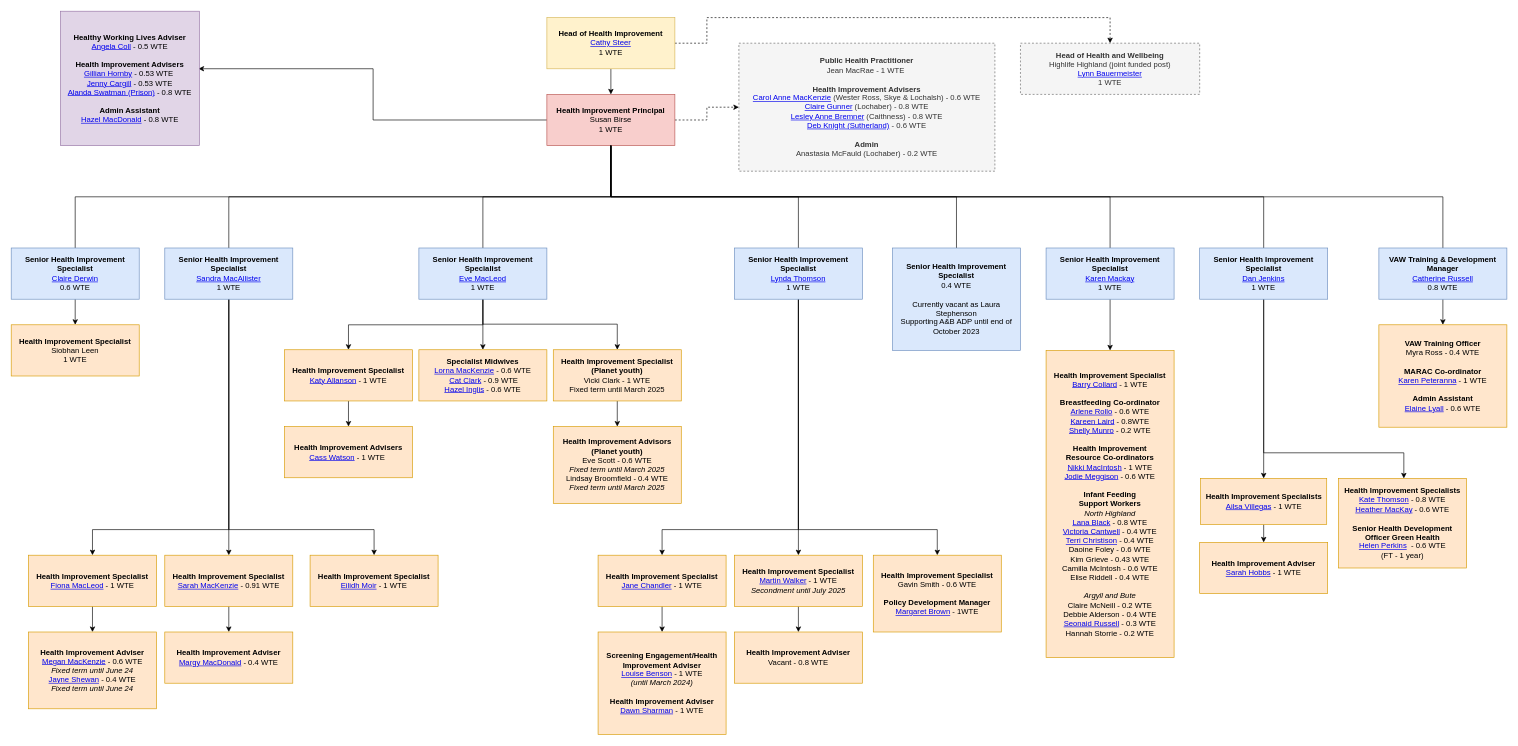
This is Untitled Diagram.drawio from barrycollard/staffOrgChart, a draw.io file, before an edit. Source tidied: cells renumbered, new cells numbered last; positions are measured from the earlier drawing's top-left corner, leaving out a move shared by most shapes. Both pictures are drawn from the tidied source at 64%, with x=0, y=0 at pixel (11, 11).
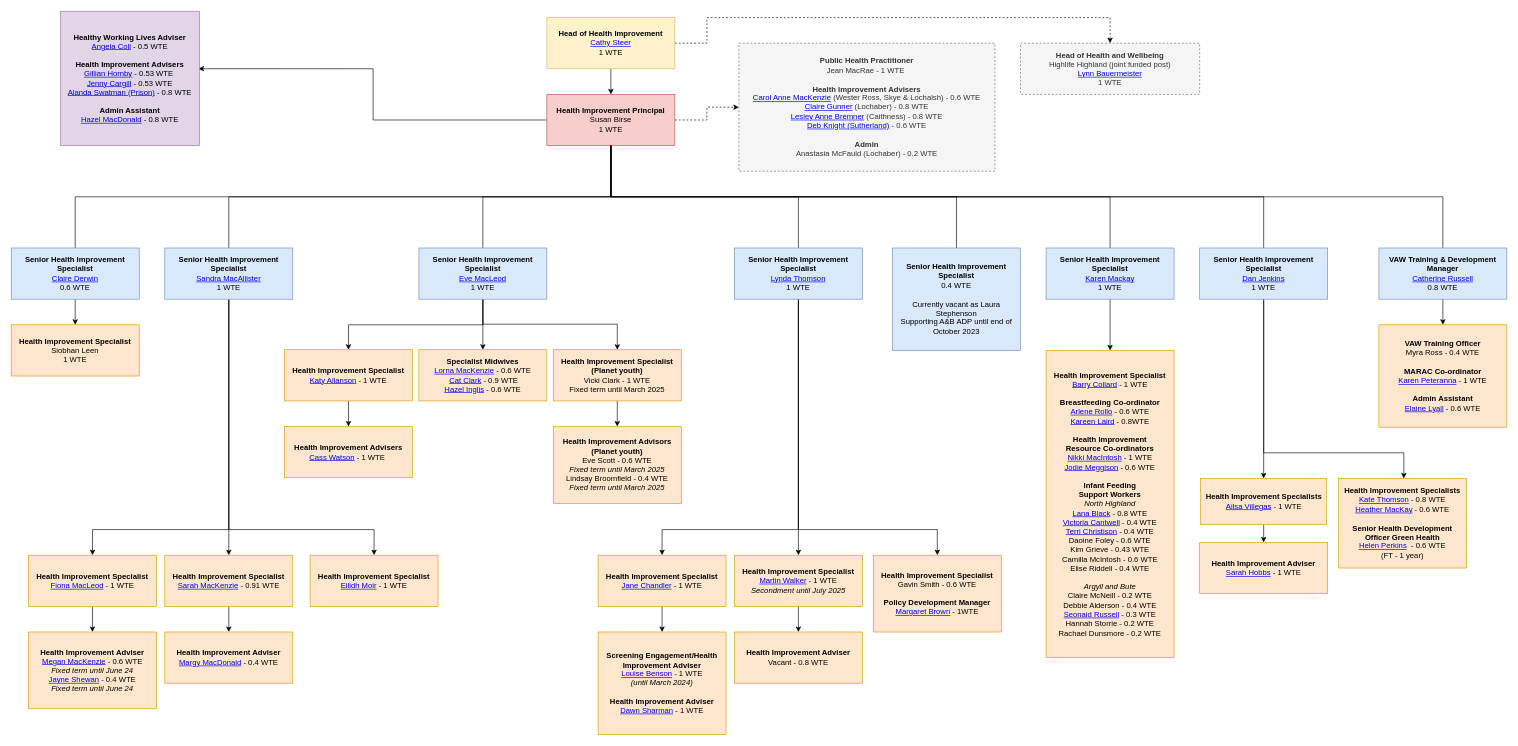
The same page after the edit.

What changed in the source:
```diff
@@
-    <mxCell id="39" value="&lt;div&gt;&lt;b&gt;Health Improvement Specialist&lt;/b&gt;&lt;/div&gt;&lt;div&gt;&lt;a href=&quot;https://nhshighland.publichealth.scot.nhs.uk/staff/barry-collard/&quot;&gt;Barry Collard&lt;/a&gt; - 1 WTE&lt;/div&gt;&lt;div&gt;&lt;b&gt;&lt;br&gt;&lt;/b&gt;&lt;/div&gt;&lt;div&gt;&lt;b&gt;Breastfeeding Co-ordinator&lt;/b&gt;&lt;/div&gt;&lt;div&gt;&lt;a href=&quot;https://nhshighland.publichealth.scot.nhs.uk/staff/arlene-rollo/&quot;&gt;Arlene Rollo&lt;/a&gt; - 0.6 WTE&lt;/div&gt;&lt;div&gt;&lt;div&gt;&lt;a href=&quot;https://nhshighland.publichealth.scot.nhs.uk/staff/kareen-laird/&quot;&gt;Kareen Laird&lt;/a&gt; - 0.8WTE&lt;/div&gt;&lt;div&gt;&lt;a href=&quot;https://nhshighland.publichealth.scot.nhs.uk/staff/shelly-munro/&quot;&gt;Shelly Munro&lt;/a&gt; - 0.2 WTE&lt;/div&gt;&lt;/div&gt;&lt;div&gt;&lt;b&gt;&lt;br&gt;&lt;/b&gt;&lt;/div&gt;&lt;b&gt;Health Improvement &lt;br&gt;Resource Co-ordinators&lt;/b&gt;&lt;br&gt;&lt;div&gt;&lt;a href=&quot;https://nhshighland.publichealth.scot.nhs.uk/staff/nicola-mcintosh-2/&quot;&gt;Nikki MacIntosh&lt;/a&gt; - 1 WTE&lt;/div&gt;&lt;div&gt;&lt;a href=&quot;https://nhshighland.publichealth.scot.nhs.uk/staff/jodie-meggison/&quot;&gt;Jodie Meggison&lt;/a&gt; - 0.6 WTE&lt;/div&gt;&lt;div&gt;&lt;b&gt;&lt;br&gt;&lt;/b&gt;&lt;/div&gt;&lt;div&gt;&lt;b&gt;Infant Feeding&lt;br&gt;Support Workers&lt;/b&gt;&lt;/div&gt;&lt;div&gt;&lt;div style=&quot;&quot;&gt;&lt;i&gt;North Highland&lt;/i&gt;&lt;/div&gt;&lt;div style=&quot;&quot;&gt;&lt;a href=&quot;https://nhshighland.publichealth.scot.nhs.uk/staff/lana-black/&quot;&gt;Lana Black&lt;/a&gt; - 0.8 WTE&lt;/div&gt;&lt;div style=&quot;&quot;&gt;&lt;a href=&quot;https://nhshighland.publichealth.scot.nhs.uk/staff/victoria-cantwell/&quot;&gt;Victoria Cantwell&lt;/a&gt; - 0.4 WTE&lt;/div&gt;&lt;div style=&quot;&quot;&gt;&lt;a href=&quot;https://nhshighland.publichealth.scot.nhs.uk/staff/terri-christison/&quot;&gt;Terri Christison&lt;/a&gt; - 0.4 WTE&lt;/div&gt;&lt;div style=&quot;&quot;&gt;Daoine Foley - 0.6 WTE&lt;/div&gt;&lt;div style=&quot;&quot;&gt;Kim Grieve - 0.43 WTE&lt;/div&gt;&lt;div style=&quot;&quot;&gt;Camilla McIntosh - 0.6 WTE&lt;/div&gt;&lt;div style=&quot;&quot;&gt;Elise Riddell - 0.4 WTE&lt;/div&gt;&lt;div style=&quot;&quot;&gt;&lt;br&gt;&lt;/div&gt;&lt;div style=&quot;&quot;&gt;&lt;i&gt;Argyll and Bute&lt;/i&gt;&lt;/div&gt;&lt;div style=&quot;&quot;&gt;Claire&amp;nbsp;McNeill&amp;nbsp;- 0.2 WTE&lt;/div&gt;&lt;div style=&quot;&quot;&gt;Debbie Alderson - 0.4 WTE&lt;/div&gt;&lt;div style=&quot;&quot;&gt;&lt;a href=&quot;https://nhshighland.publichealth.scot.nhs.uk/staff/seonaid-russell/&quot;&gt;Seonaid Russell&lt;/a&gt; - 0.3 WTE&lt;/div&gt;&lt;div style=&quot;&quot;&gt;Hannah Storrie - 0.2 WTE&lt;/div&gt;&lt;/div&gt;" style="rounded=0;whiteSpace=wrap;html=1;fillColor=#ffe6cc;strokeColor=#d79b00;" parent="1" vertex="1">
+    <mxCell id="39" value="&lt;div&gt;&lt;b&gt;Health Improvement Specialist&lt;/b&gt;&lt;/div&gt;&lt;div&gt;&lt;a href=&quot;https://nhshighland.publichealth.scot.nhs.uk/staff/barry-collard/&quot;&gt;Barry Collard&lt;/a&gt; - 1 WTE&lt;/div&gt;&lt;div&gt;&lt;b&gt;&lt;br&gt;&lt;/b&gt;&lt;/div&gt;&lt;div&gt;&lt;b&gt;Breastfeeding Co-ordinator&lt;/b&gt;&lt;/div&gt;&lt;div&gt;&lt;a href=&quot;https://nhshighland.publichealth.scot.nhs.uk/staff/arlene-rollo/&quot;&gt;Arlene Rollo&lt;/a&gt; - 0.6 WTE&lt;/div&gt;&lt;div&gt;&lt;div&gt;&lt;a href=&quot;https://nhshighland.publichealth.scot.nhs.uk/staff/kareen-laird/&quot;&gt;Kareen Laird&lt;/a&gt; - 0.8WTE&lt;/div&gt;&lt;div&gt;&lt;br&gt;&lt;/div&gt;&lt;/div&gt;&lt;b&gt;Health Improvement &lt;br&gt;Resource Co-ordinators&lt;/b&gt;&lt;br&gt;&lt;div&gt;&lt;a href=&quot;https://nhshighland.publichealth.scot.nhs.uk/staff/nicola-mcintosh-2/&quot;&gt;Nikki MacIntosh&lt;/a&gt; - 1 WTE&lt;/div&gt;&lt;div&gt;&lt;a href=&quot;https://nhshighland.publichealth.scot.nhs.uk/staff/jodie-meggison/&quot;&gt;Jodie Meggison&lt;/a&gt; - 0.6 WTE&lt;/div&gt;&lt;div&gt;&lt;b&gt;&lt;br&gt;&lt;/b&gt;&lt;/div&gt;&lt;div&gt;&lt;b&gt;Infant Feeding&lt;br&gt;Support Workers&lt;/b&gt;&lt;/div&gt;&lt;div&gt;&lt;div style=&quot;&quot;&gt;&lt;i&gt;North Highland&lt;/i&gt;&lt;/div&gt;&lt;div style=&quot;&quot;&gt;&lt;a href=&quot;https://nhshighland.publichealth.scot.nhs.uk/staff/lana-black/&quot;&gt;Lana Black&lt;/a&gt; - 0.8 WTE&lt;/div&gt;&lt;div style=&quot;&quot;&gt;&lt;a href=&quot;https://nhshighland.publichealth.scot.nhs.uk/staff/victoria-cantwell/&quot;&gt;Victoria Cantwell&lt;/a&gt; - 0.4 WTE&lt;/div&gt;&lt;div style=&quot;&quot;&gt;&lt;a href=&quot;https://nhshighland.publichealth.scot.nhs.uk/staff/terri-christison/&quot;&gt;Terri Christison&lt;/a&gt; - 0.4 WTE&lt;/div&gt;&lt;div style=&quot;&quot;&gt;Daoine Foley - 0.6 WTE&lt;/div&gt;&lt;div style=&quot;&quot;&gt;Kim Grieve - 0.43 WTE&lt;/div&gt;&lt;div style=&quot;&quot;&gt;Camilla McIntosh - 0.6 WTE&lt;/div&gt;&lt;div style=&quot;&quot;&gt;Elise Riddell - 0.4 WTE&lt;/div&gt;&lt;div style=&quot;&quot;&gt;&lt;br&gt;&lt;/div&gt;&lt;div style=&quot;&quot;&gt;&lt;i&gt;Argyll and Bute&lt;/i&gt;&lt;/div&gt;&lt;div style=&quot;&quot;&gt;Claire&amp;nbsp;McNeill&amp;nbsp;- 0.2 WTE&lt;/div&gt;&lt;div style=&quot;&quot;&gt;Debbie Alderson - 0.4 WTE&lt;/div&gt;&lt;div style=&quot;&quot;&gt;&lt;a href=&quot;https://nhshighland.publichealth.scot.nhs.uk/staff/seonaid-russell/&quot;&gt;Seonaid Russell&lt;/a&gt; - 0.3 WTE&lt;/div&gt;&lt;div style=&quot;&quot;&gt;Hannah Storrie - 0.2 WTE&lt;/div&gt;&lt;/div&gt;&lt;div style=&quot;&quot;&gt;Rachael Dunsmore - 0.2 WTE&lt;br&gt;&lt;/div&gt;" style="rounded=0;whiteSpace=wrap;html=1;fillColor=#ffe6cc;strokeColor=#d79b00;" parent="1" vertex="1">
       <mxGeometry x="1617" y="530" width="200" height="480" as="geometry" />
     </mxCell>
```
